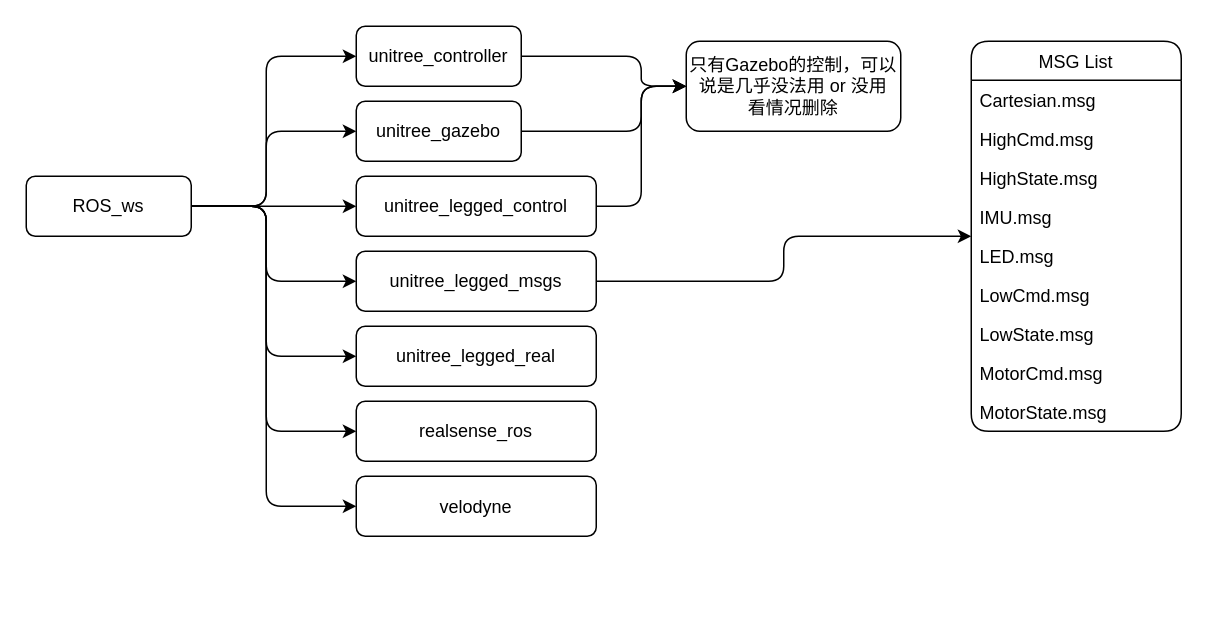
Earlier version of the draw.io diagram ROS_ws/drawio/ROS_ws.drawio (MistyMoonR/tsinghua-Unitree-ROS). Source tidied: cells renumbered, new cells numbered last; positions are measured from the earlier drawing's top-left corner, leaving out a move shared by most shapes. Both pictures are drawn from the tidied source at 150%, with x=0, y=0 at pixel (26, 26).
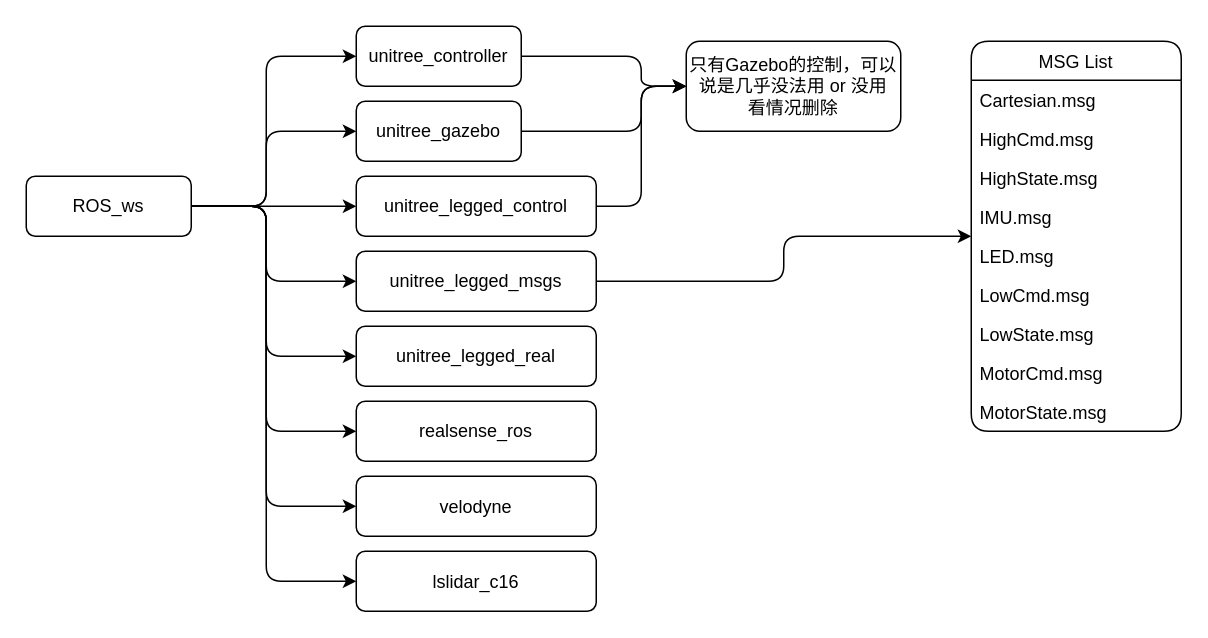
Above is the later version.

Unchanged cells that the change refers to:
```xml
<mxCell id="3" value="ROS_ws" style="rounded=1;whiteSpace=wrap;html=1;" parent="1" vertex="1">
  <mxGeometry y="100" width="110" height="40" as="geometry" />
</mxCell>
```

Change to the diagram source:
```diff
@@
+    <mxCell id="32" value="&lt;p class=&quot;p1&quot; style=&quot;margin: 0px ; font-stretch: normal ; line-height: normal&quot;&gt;lslidar_c16&lt;/p&gt;" style="rounded=1;whiteSpace=wrap;html=1;" parent="1" vertex="1">
+      <mxGeometry x="220" y="350" width="160" height="40" as="geometry" />
+    </mxCell>
+    <mxCell id="33" style="edgeStyle=orthogonalEdgeStyle;rounded=1;jettySize=auto;html=1;" parent="1" edge="1" source="3" target="32">
+      <mxGeometry relative="1" as="geometry">
+        <Array as="points">
+          <mxPoint x="160" y="120" />
+          <mxPoint x="160" y="370" />
+        </Array>
+      </mxGeometry>
+    </mxCell>
```
